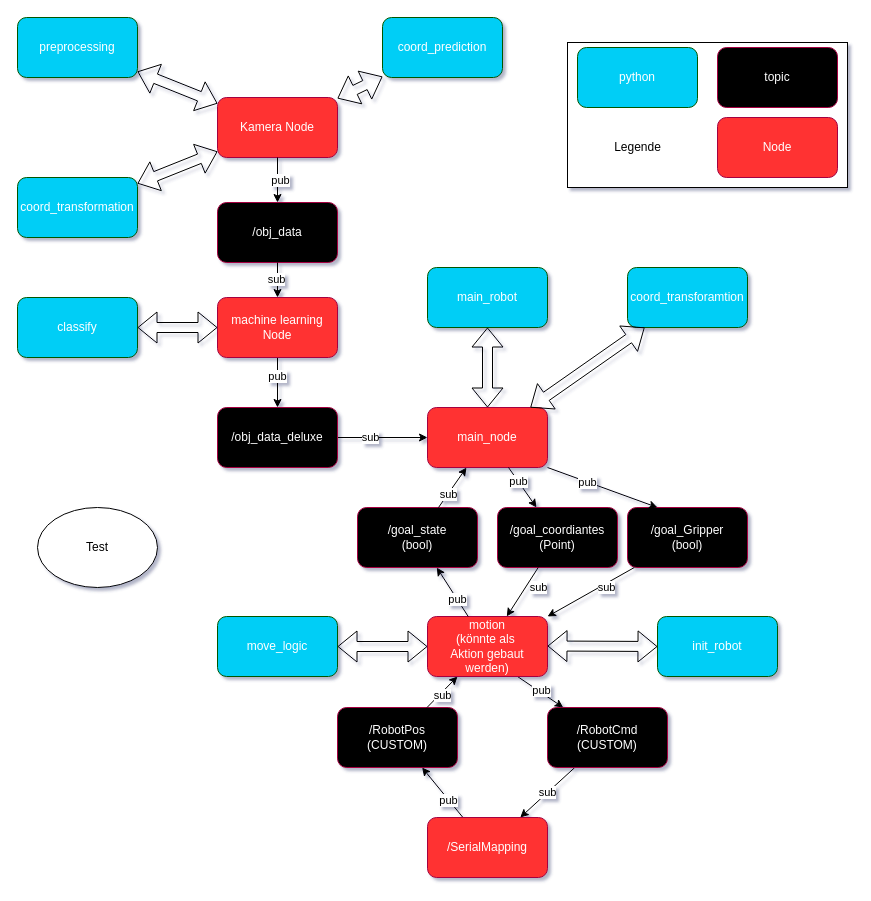
Before: misc/architecture/SW_architecture_v3_pending.drawio in ibinsandig/Portal-zur-Exmatrikulation, a draw.io diagram. Source tidied: cells renumbered, new cells numbered last; positions are measured from the earlier drawing's top-left corner, leaving out a move shared by most shapes. Both pictures are drawn from the tidied source at 100%, with x=0, y=0 at pixel (17, 17).
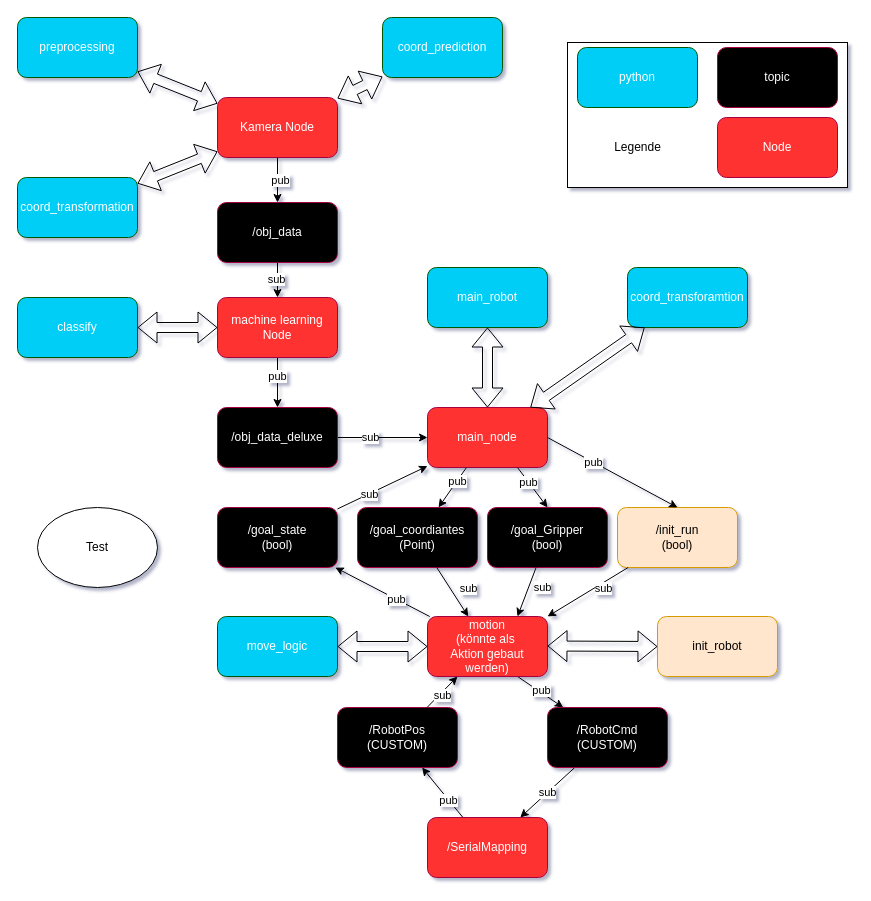
Above is the later version.

Unchanged cells that the change refers to:
```xml
<mxCell id="12" value="main_node" style="rounded=1;whiteSpace=wrap;html=1;fillColor=#FF3333;fontColor=#ffffff;strokeColor=#A50040;" parent="1" vertex="1">
  <mxGeometry x="410" y="390" width="120" height="60" as="geometry" />
</mxCell>
<mxCell id="28" value="motion&lt;div&gt;(könnte als&amp;nbsp;&lt;/div&gt;&lt;div&gt;Aktion gebaut werden)&lt;/div&gt;" style="rounded=1;whiteSpace=wrap;html=1;fillColor=#FF3333;fontColor=#ffffff;strokeColor=#A50040;" parent="1" vertex="1">
  <mxGeometry x="410" y="599" width="120" height="60" as="geometry" />
</mxCell>
```

Diff of the diagram source:
```diff
@@
     <mxCell id="27" value="/goal_coordiantes&lt;div&gt;(Point)&lt;/div&gt;" style="rounded=1;whiteSpace=wrap;html=1;fillColor=light-dark(#000000, #ff7777);fontColor=#ffffff;strokeColor=#A50040;" parent="1" vertex="1">
-      <mxGeometry x="480" y="490" width="120" height="60" as="geometry" />
+      <mxGeometry x="340" y="490" width="120" height="60" as="geometry" />
     </mxCell>
@@
-    <mxCell id="38" value="init_robot" style="rounded=1;whiteSpace=wrap;html=1;fillColor=light-dark(#04cef6, #43ba43);fontColor=#ffffff;strokeColor=#005700;" parent="1" vertex="1">
+    <mxCell id="38" value="init_robot" style="rounded=1;whiteSpace=wrap;html=1;fillColor=#ffe6cc;strokeColor=#d79b00;" parent="1" vertex="1">
       <mxGeometry x="640" y="599" width="120" height="60" as="geometry" />
     </mxCell>
@@
     <mxCell id="53" value="/goal_state&lt;div&gt;(bool)&lt;/div&gt;" style="rounded=1;whiteSpace=wrap;html=1;fillColor=light-dark(#000000, #ff7777);fontColor=#ffffff;strokeColor=#A50040;" parent="1" vertex="1">
-      <mxGeometry x="340" y="490" width="120" height="60" as="geometry" />
+      <mxGeometry x="200" y="490" width="120" height="60" as="geometry" />
     </mxCell>
@@
     <mxCell id="58" value="/goal_Gripper&lt;div&gt;(bool)&lt;/div&gt;" style="rounded=1;whiteSpace=wrap;html=1;fillColor=light-dark(#000000, #ff7777);fontColor=#ffffff;strokeColor=#A50040;" parent="1" vertex="1">
-      <mxGeometry x="610" y="490" width="120" height="60" as="geometry" />
+      <mxGeometry x="470" y="490" width="120" height="60" as="geometry" />
     </mxCell>
-    <mxCell id="59" style="edgeStyle=none;html=1;exitX=1;exitY=1;exitDx=0;exitDy=0;entryX=0.25;entryY=0;entryDx=0;entryDy=0;" parent="1" edge="1" source="12" target="58">
+    <mxCell id="59" style="edgeStyle=none;html=1;exitX=0.75;exitY=1;exitDx=0;exitDy=0;entryX=0.5;entryY=0;entryDx=0;entryDy=0;" parent="1" edge="1" source="12" target="58">
       <mxGeometry relative="1" as="geometry" />
     </mxCell>
@@
-    <mxCell id="61" style="edgeStyle=none;html=1;entryX=1;entryY=0;entryDx=0;entryDy=0;" parent="1" edge="1" source="58" target="28">
+    <mxCell id="61" style="edgeStyle=none;html=1;entryX=0.75;entryY=0;entryDx=0;entryDy=0;" parent="1" edge="1" source="58" target="28">
       <mxGeometry relative="1" as="geometry" />
     </mxCell>
@@
+    <mxCell id="64" value="/init_run&lt;div&gt;(bool)&lt;/div&gt;" style="rounded=1;whiteSpace=wrap;html=1;fillColor=#ffe6cc;strokeColor=#d79b00;" parent="1" vertex="1">
+      <mxGeometry x="600" y="490" width="120" height="60" as="geometry" />
+    </mxCell>
+    <mxCell id="65" style="edgeStyle=none;html=1;exitX=1;exitY=0.5;exitDx=0;exitDy=0;entryX=0.5;entryY=0;entryDx=0;entryDy=0;" parent="1" edge="1" source="12" target="64">
+      <mxGeometry relative="1" as="geometry" />
+    </mxCell>
+    <mxCell id="66" value="pub" style="edgeLabel;html=1;align=center;verticalAlign=middle;" parent="65" vertex="1">
+      <mxGeometry x="-0.29" relative="1" as="geometry" />
+    </mxCell>
+    <mxCell id="67" style="edgeStyle=none;html=1;entryX=1;entryY=0;entryDx=0;entryDy=0;" parent="1" edge="1" source="64" target="28">
+      <mxGeometry relative="1" as="geometry" />
+    </mxCell>
+    <mxCell id="68" value="sub" style="edgeLabel;html=1;align=center;verticalAlign=middle;" parent="67" vertex="1">
+      <mxGeometry x="0.01" y="-1" relative="1" as="geometry">
+        <mxPoint x="16" y="-4" as="offset" />
+      </mxGeometry>
+    </mxCell>
```
